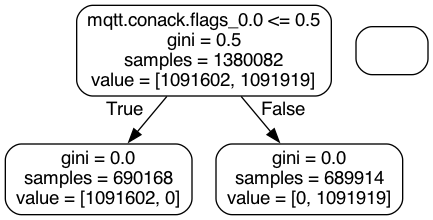
Above: tree.png in Melicias/INOVMineral (Graphviz), before the change. Its source is kept beside it as tree.dot. The source it was exported from:
```dot
digraph Tree {
node [shape=box, style="rounded", color="black", fontname="helvetica"] ;
edge [fontname="helvetica"] ;
0 [label="mqtt.conack.flags_0.0 <= 0.5\ngini = 0.5\nsamples = 1380082\nvalue = [1091602, 1091919]"] ;
1 [label="gini = 0.0\nsamples = 690168\nvalue = [1091602, 0]"] ;
0 -> 1 [labeldistance=2.5, labelangle=45, headlabel="True"] ;
2 [label="gini = 0.0\nsamples = 689914\nvalue = [0, 1091919]"] ;
0 -> 2 [labeldistance=2.5, labelangle=-45, headlabel="False"] ;
}
```
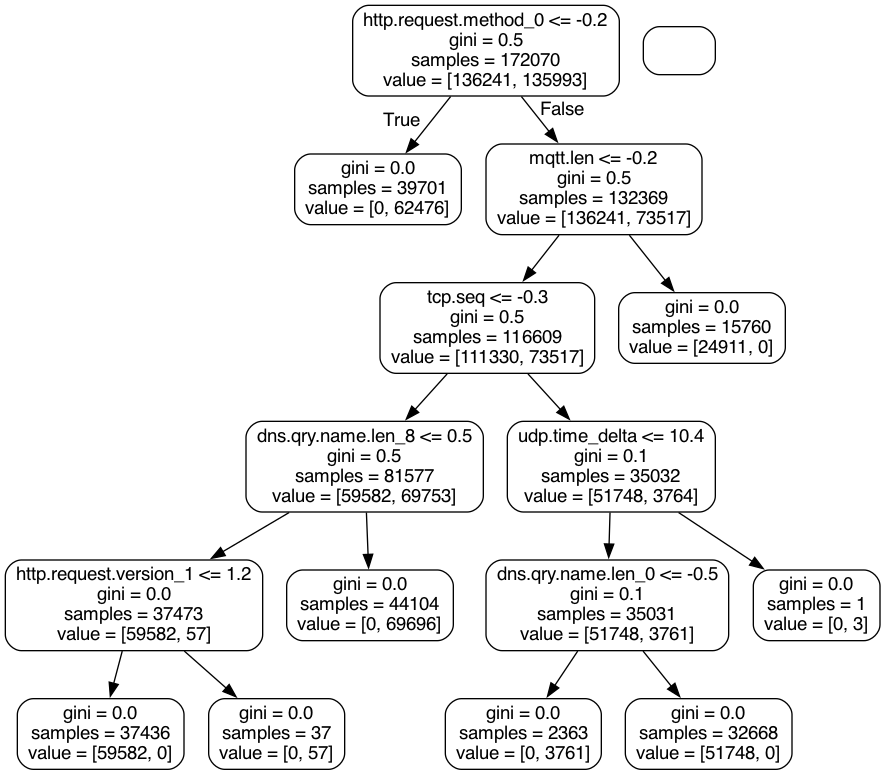
After the commit.

Diff of the diagram source:
```diff
@@ -1,9 +1,33 @@
 digraph Tree {
 node [shape=box, style="rounded", color="black", fontname="helvetica"] ;
 edge [fontname="helvetica"] ;
-0 [label="mqtt.conack.flags_0.0 <= 0.5\ngini = 0.5\nsamples = 1380082\nvalue = [1091602, 1091919]"] ;
-1 [label="gini = 0.0\nsamples = 690168\nvalue = [1091602, 0]"] ;
+0 [label="http.request.method_0 <= -0.2\ngini = 0.5\nsamples = 172070\nvalue = [136241, 135993]"] ;
+1 [label="gini = 0.0\nsamples = 39701\nvalue = [0, 62476]"] ;
 0 -> 1 [labeldistance=2.5, labelangle=45, headlabel="True"] ;
-2 [label="gini = 0.0\nsamples = 689914\nvalue = [0, 1091919]"] ;
+2 [label="mqtt.len <= -0.2\ngini = 0.5\nsamples = 132369\nvalue = [136241, 73517]"] ;
 0 -> 2 [labeldistance=2.5, labelangle=-45, headlabel="False"] ;
+3 [label="tcp.seq <= -0.3\ngini = 0.5\nsamples = 116609\nvalue = [111330, 73517]"] ;
+2 -> 3 ;
+4 [label="dns.qry.name.len_8 <= 0.5\ngini = 0.5\nsamples = 81577\nvalue = [59582, 69753]"] ;
+3 -> 4 ;
+5 [label="http.request.version_1 <= 1.2\ngini = 0.0\nsamples = 37473\nvalue = [59582, 57]"] ;
+4 -> 5 ;
+6 [label="gini = 0.0\nsamples = 37436\nvalue = [59582, 0]"] ;
+5 -> 6 ;
+7 [label="gini = 0.0\nsamples = 37\nvalue = [0, 57]"] ;
+5 -> 7 ;
+8 [label="gini = 0.0\nsamples = 44104\nvalue = [0, 69696]"] ;
+4 -> 8 ;
+9 [label="udp.time_delta <= 10.4\ngini = 0.1\nsamples = 35032\nvalue = [51748, 3764]"] ;
+3 -> 9 ;
+10 [label="dns.qry.name.len_0 <= -0.5\ngini = 0.1\nsamples = 35031\nvalue = [51748, 3761]"] ;
+9 -> 10 ;
+11 [label="gini = 0.0\nsamples = 2363\nvalue = [0, 3761]"] ;
+10 -> 11 ;
+12 [label="gini = 0.0\nsamples = 32668\nvalue = [51748, 0]"] ;
+10 -> 12 ;
+13 [label="gini = 0.0\nsamples = 1\nvalue = [0, 3]"] ;
+9 -> 13 ;
+14 [label="gini = 0.0\nsamples = 15760\nvalue = [24911, 0]"] ;
+2 -> 14 ;
 }
```
